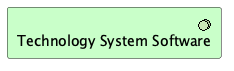
Earlier version of the PlantUML export doc/elements/technology-system-software.plantuml.png (SixArm/archimate-examples).
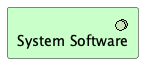
After the change.

The edit, as a diff of the source:
```diff
@@ -1,4 +1,4 @@
 @startuml
 !include <archimate/Archimate>
-Technology_SystemSoftware(TSS_01, "Technology System Software")
+Technology_SystemSoftware(SystemSoftware, "System Software")
 @enduml
```
